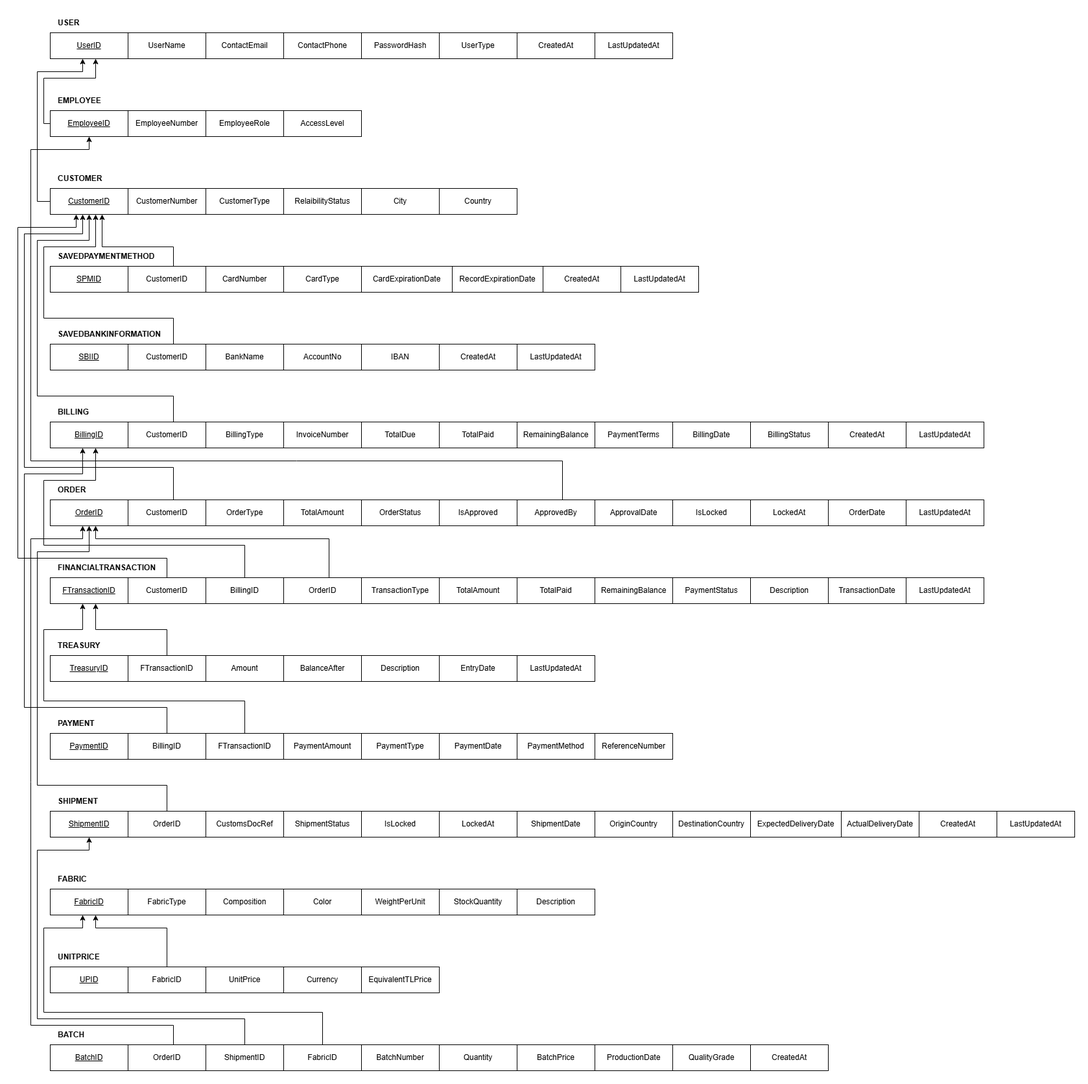
Above: KismetDatabase_Relational.png in serkan-erol/CSE3055_Project (draw.io), before the change. Source tidied: cells renumbered, new cells last; positions are measured from the earlier drawing's top-left corner, leaving out a move shared by most shapes.
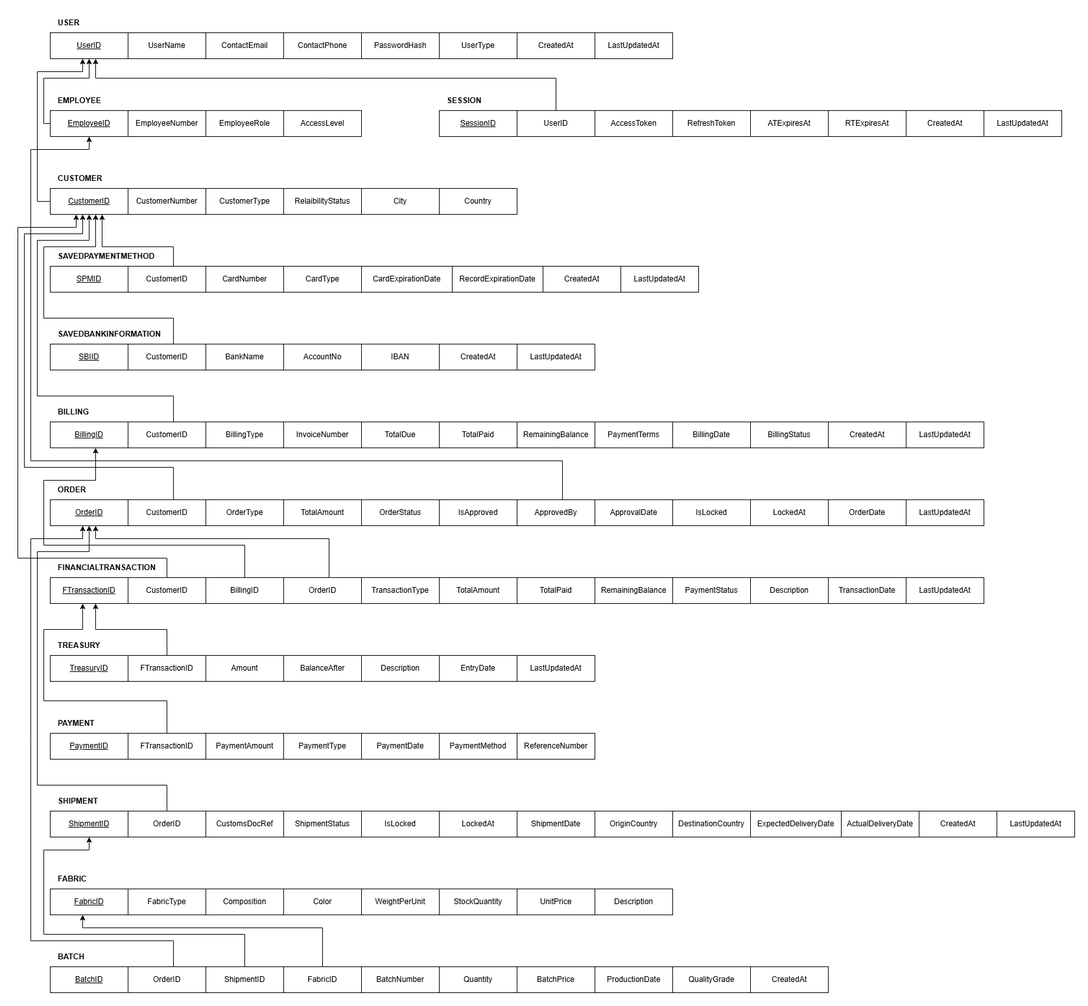
The same diagram one commit later.

Commit message:
Update: EER and Relational Diagrams

Change to the diagram source:
```diff
@@ -177,7 +177,7 @@
     <mxCell id="47" style="edgeStyle=orthogonalEdgeStyle;rounded=0;jettySize=auto;html=1;" parent="1" edge="1" source="48" target="33">
       <mxGeometry relative="1" as="geometry">
         <Array as="points">
-          <mxPoint x="350" y="1060" />
+          <mxPoint x="230" y="1060" />
           <mxPoint x="40" y="1060" />
           <mxPoint x="40" y="950" />
           <mxPoint x="100" y="950" />
@@ -185,25 +185,25 @@
       </mxGeometry>
     </mxCell>
     <mxCell id="48" value="FTransactionID" style="rounded=0;whiteSpace=wrap;html=1;fillColor=none;labelBackgroundColor=none;" parent="1" vertex="1">
-      <mxGeometry x="290" y="1110" width="120" height="40" as="geometry" />
+      <mxGeometry x="170" y="1110" width="120" height="40" as="geometry" />
     </mxCell>
     <mxCell id="49" value="PaymentAmount" style="rounded=0;whiteSpace=wrap;html=1;fillColor=none;labelBackgroundColor=none;" parent="1" vertex="1">
-      <mxGeometry x="410" y="1110" width="120" height="40" as="geometry" />
+      <mxGeometry x="290" y="1110" width="120" height="40" as="geometry" />
     </mxCell>
     <mxCell id="50" value="PaymentType" style="rounded=0;whiteSpace=wrap;html=1;fillColor=none;labelBackgroundColor=none;" parent="1" vertex="1">
-      <mxGeometry x="530" y="1110" width="120" height="40" as="geometry" />
+      <mxGeometry x="410" y="1110" width="120" height="40" as="geometry" />
     </mxCell>
     <mxCell id="51" value="PaymentMethod" style="rounded=0;whiteSpace=wrap;html=1;fillColor=none;labelBackgroundColor=none;" parent="1" vertex="1">
-      <mxGeometry x="770" y="1110" width="120" height="40" as="geometry" />
+      <mxGeometry x="650" y="1110" width="120" height="40" as="geometry" />
     </mxCell>
     <mxCell id="52" value="PAYMENT" style="text;html=1;whiteSpace=wrap;strokeColor=none;fillColor=none;align=left;verticalAlign=middle;rounded=0;labelBackgroundColor=none;fontStyle=1;" parent="1" vertex="1">
       <mxGeometry x="60" y="1080" width="60" height="30" as="geometry" />
     </mxCell>
     <mxCell id="53" value="ReferenceNumber" style="rounded=0;whiteSpace=wrap;html=1;fillColor=none;labelBackgroundColor=none;" parent="1" vertex="1">
-      <mxGeometry x="890" y="1110" width="120" height="40" as="geometry" />
+      <mxGeometry x="770" y="1110" width="120" height="40" as="geometry" />
     </mxCell>
     <mxCell id="54" value="PaymentDate" style="rounded=0;whiteSpace=wrap;html=1;fillColor=none;labelBackgroundColor=none;" parent="1" vertex="1">
-      <mxGeometry x="650" y="1110" width="120" height="40" as="geometry" />
+      <mxGeometry x="530" y="1110" width="120" height="40" as="geometry" />
     </mxCell>
     <mxCell id="55" value="&lt;u&gt;TreasuryID&lt;/u&gt;" style="rounded=0;whiteSpace=wrap;html=1;fillColor=none;labelBackgroundColor=none;" parent="1" vertex="1">
       <mxGeometry x="50" y="990" width="120" height="40" as="geometry" />
@@ -281,35 +281,35 @@
       <mxGeometry x="1510" y="1230" width="120" height="40" as="geometry" />
     </mxCell>
     <mxCell id="76" value="&lt;u&gt;BatchID&lt;/u&gt;" style="rounded=0;whiteSpace=wrap;html=1;fillColor=none;labelBackgroundColor=none;" parent="1" vertex="1">
-      <mxGeometry x="50" y="1590" width="120" height="40" as="geometry" />
+      <mxGeometry x="50" y="1470" width="120" height="40" as="geometry" />
     </mxCell>
     <mxCell id="77" style="edgeStyle=orthogonalEdgeStyle;jettySize=auto;html=1;rounded=0;curved=0;" parent="1" edge="1" source="78" target="63">
       <mxGeometry relative="1" as="geometry">
         <Array as="points">
-          <mxPoint x="350" y="1550" />
-          <mxPoint x="30" y="1550" />
-          <mxPoint x="30" y="1290" />
+          <mxPoint x="350" y="1420" />
+          <mxPoint x="40" y="1420" />
+          <mxPoint x="40" y="1290" />
           <mxPoint x="110" y="1290" />
         </Array>
       </mxGeometry>
     </mxCell>
     <mxCell id="78" value="ShipmentID" style="rounded=0;whiteSpace=wrap;html=1;fillColor=none;labelBackgroundColor=none;" parent="1" vertex="1">
-      <mxGeometry x="290" y="1590" width="120" height="40" as="geometry" />
+      <mxGeometry x="290" y="1470" width="120" height="40" as="geometry" />
     </mxCell>
     <mxCell id="79" value="BatchNumber" style="rounded=0;whiteSpace=wrap;html=1;fillColor=none;labelBackgroundColor=none;" parent="1" vertex="1">
-      <mxGeometry x="530" y="1590" width="120" height="40" as="geometry" />
+      <mxGeometry x="530" y="1470" width="120" height="40" as="geometry" />
     </mxCell>
     <mxCell id="80" value="Quantity" style="rounded=0;whiteSpace=wrap;html=1;fillColor=none;labelBackgroundColor=none;" parent="1" vertex="1">
-      <mxGeometry x="650" y="1590" width="120" height="40" as="geometry" />
+      <mxGeometry x="650" y="1470" width="120" height="40" as="geometry" />
     </mxCell>
     <mxCell id="81" value="QualityGrade" style="rounded=0;whiteSpace=wrap;html=1;fillColor=none;labelBackgroundColor=none;" parent="1" vertex="1">
-      <mxGeometry x="1010" y="1590" width="120" height="40" as="geometry" />
+      <mxGeometry x="1010" y="1470" width="120" height="40" as="geometry" />
     </mxCell>
     <mxCell id="82" value="BATCH" style="text;html=1;whiteSpace=wrap;strokeColor=none;fillColor=none;align=left;verticalAlign=middle;rounded=0;labelBackgroundColor=none;fontStyle=1;" parent="1" vertex="1">
-      <mxGeometry x="60" y="1560" width="60" height="30" as="geometry" />
+      <mxGeometry x="60" y="1440" width="60" height="30" as="geometry" />
     </mxCell>
     <mxCell id="83" value="ProductionDate" style="rounded=0;whiteSpace=wrap;html=1;fillColor=none;labelBackgroundColor=none;" parent="1" vertex="1">
-      <mxGeometry x="890" y="1590" width="120" height="40" as="geometry" />
+      <mxGeometry x="890" y="1470" width="120" height="40" as="geometry" />
     </mxCell>
     <mxCell id="84" value="&lt;u&gt;FabricID&lt;/u&gt;" style="rounded=0;whiteSpace=wrap;html=1;fillColor=none;labelBackgroundColor=none;" parent="1" vertex="1">
       <mxGeometry x="50" y="1350" width="120" height="40" as="geometry" />
@@ -341,15 +341,13 @@
     <mxCell id="93" style="edgeStyle=orthogonalEdgeStyle;jettySize=auto;html=1;rounded=0;curved=0;" parent="1" edge="1" source="94" target="84">
       <mxGeometry relative="1" as="geometry">
         <Array as="points">
-          <mxPoint x="470" y="1540" />
-          <mxPoint x="40" y="1540" />
-          <mxPoint x="40" y="1410" />
+          <mxPoint x="470" y="1410" />
           <mxPoint x="100" y="1410" />
         </Array>
       </mxGeometry>
     </mxCell>
     <mxCell id="94" value="FabricID" style="rounded=0;whiteSpace=wrap;html=1;fillColor=none;labelBackgroundColor=none;" parent="1" vertex="1">
-      <mxGeometry x="410" y="1590" width="120" height="40" as="geometry" />
+      <mxGeometry x="410" y="1470" width="120" height="40" as="geometry" />
     </mxCell>
     <mxCell id="95" value="IsLocked" style="rounded=0;whiteSpace=wrap;html=1;fillColor=none;labelBackgroundColor=none;" parent="1" vertex="1">
       <mxGeometry x="1010" y="750" width="120" height="40" as="geometry" />
@@ -357,15 +355,15 @@
     <mxCell id="96" style="edgeStyle=orthogonalEdgeStyle;rounded=0;jettySize=auto;html=1;" parent="1" edge="1" source="97" target="12">
       <mxGeometry relative="1" as="geometry">
         <Array as="points">
-          <mxPoint x="240" y="1560" />
-          <mxPoint x="20" y="1560" />
+          <mxPoint x="240" y="1430" />
+          <mxPoint x="20" y="1430" />
           <mxPoint x="20" y="810" />
           <mxPoint x="100" y="810" />
         </Array>
       </mxGeometry>
     </mxCell>
     <mxCell id="97" value="OrderID" style="rounded=0;whiteSpace=wrap;html=1;fillColor=none;" parent="1" vertex="1">
-      <mxGeometry x="170" y="1590" width="120" height="40" as="geometry" />
+      <mxGeometry x="170" y="1470" width="120" height="40" as="geometry" />
     </mxCell>
     <mxCell id="98" value="TotalPaid" style="rounded=0;whiteSpace=wrap;html=1;fillColor=none;labelBackgroundColor=none;" parent="1" vertex="1">
       <mxGeometry x="650" y="630" width="120" height="40" as="geometry" />
@@ -387,34 +385,8 @@
       <mxGeometry x="290" y="870" width="120" height="40" as="geometry" />
     </mxCell>
     <mxCell id="102" value="BatchPrice" style="rounded=0;whiteSpace=wrap;html=1;fillColor=none;labelBackgroundColor=none;" parent="1" vertex="1">
-      <mxGeometry x="770" y="1590" width="120" height="40" as="geometry" />
+      <mxGeometry x="770" y="1470" width="120" height="40" as="geometry" />
     </mxCell>
-    <mxCell id="103" value="UPID" style="rounded=0;whiteSpace=wrap;html=1;fillColor=none;labelBackgroundColor=none;fontStyle=4;" parent="1" vertex="1">
-      <mxGeometry x="50" y="1470" width="120" height="40" as="geometry" />
-    </mxCell>
-    <mxCell id="104" style="edgeStyle=orthogonalEdgeStyle;rounded=0;jettySize=auto;html=1;" parent="1" edge="1" source="105" target="84">
-      <mxGeometry relative="1" as="geometry">
-        <Array as="points">
-          <mxPoint x="230" y="1410" />
-          <mxPoint x="120" y="1410" />
-        </Array>
-      </mxGeometry>
-    </mxCell>
-    <mxCell id="105" value="FabricID" style="rounded=0;whiteSpace=wrap;html=1;fillColor=none;labelBackgroundColor=none;" parent="1" vertex="1">
-      <mxGeometry x="170" y="1470" width="120" height="40" as="geometry" />
-    </mxCell>
-    <mxCell id="106" value="UNITPRICE" style="text;html=1;whiteSpace=wrap;strokeColor=none;fillColor=none;align=left;verticalAlign=middle;rounded=0;labelBackgroundColor=none;fontStyle=1;" parent="1" vertex="1">
-      <mxGeometry x="60" y="1440" width="60" height="30" as="geometry" />
-    </mxCell>
-    <mxCell id="107" value="Currency" style="rounded=0;whiteSpace=wrap;html=1;fillColor=none;labelBackgroundColor=none;" parent="1" vertex="1">
-      <mxGeometry x="410" y="1470" width="120" height="40" as="geometry" />
-    </mxCell>
-    <mxCell id="108" value="UnitPrice" style="rounded=0;whiteSpace=wrap;html=1;fillColor=none;labelBackgroundColor=none;" parent="1" vertex="1">
-      <mxGeometry x="290" y="1470" width="120" height="40" as="geometry" />
-    </mxCell>
-    <mxCell id="109" value="EquivalentTLPrice" style="rounded=0;whiteSpace=wrap;html=1;fillColor=none;labelBackgroundColor=none;" parent="1" vertex="1">
-      <mxGeometry x="530" y="1470" width="120" height="40" as="geometry" />
-    </mxCell>
     <mxCell id="110" value="CardType" style="rounded=0;whiteSpace=wrap;html=1;fillColor=none;labelBackgroundColor=none;" parent="1" vertex="1">
       <mxGeometry x="410" y="390" width="120" height="40" as="geometry" />
     </mxCell>
@@ -425,21 +397,8 @@
       <mxGeometry x="1130" y="750" width="120" height="40" as="geometry" />
     </mxCell>
     <mxCell id="113" value="CreatedAt" style="rounded=0;whiteSpace=wrap;html=1;fillColor=none;labelBackgroundColor=none;" parent="1" vertex="1">
-      <mxGeometry x="1130" y="1590" width="120" height="40" as="geometry" />
+      <mxGeometry x="1130" y="1470" width="120" height="40" as="geometry" />
     </mxCell>
-    <mxCell id="114" style="edgeStyle=orthogonalEdgeStyle;rounded=0;jettySize=auto;html=1;" parent="1" edge="1" source="115" target="22">
-      <mxGeometry relative="1" as="geometry">
-        <Array as="points">
-          <mxPoint x="230" y="1070" />
-          <mxPoint x="10" y="1070" />
-          <mxPoint x="10" y="710" />
-          <mxPoint x="100" y="710" />
-        </Array>
-      </mxGeometry>
-    </mxCell>
-    <mxCell id="115" value="BillingID" style="rounded=0;whiteSpace=wrap;html=1;fillColor=none;labelBackgroundColor=none;" parent="1" vertex="1">
-      <mxGeometry x="170" y="1110" width="120" height="40" as="geometry" />
-    </mxCell>
     <mxCell id="116" value="SAVEDBANKINFORMATION" style="text;html=1;whiteSpace=wrap;strokeColor=none;fillColor=none;align=left;verticalAlign=middle;rounded=0;labelBackgroundColor=none;fontStyle=1;" parent="1" vertex="1">
       <mxGeometry x="60" y="480" width="60" height="30" as="geometry" />
     </mxCell>
@@ -534,7 +493,7 @@
         <Array as="points">
           <mxPoint x="40" y="170" />
           <mxPoint x="40" y="100" />
-          <mxPoint x="120" y="100" />
+          <mxPoint x="110" y="100" />
         </Array>
       </mxGeometry>
     </mxCell>
@@ -559,7 +518,7 @@
     <mxCell id="148" value="RemainingBa&lt;span style=&quot;background-color: transparent; color: light-dark(rgb(0, 0, 0), rgb(255, 255, 255));&quot;&gt;lance&lt;/span&gt;" style="rounded=0;whiteSpace=wrap;html=1;fillColor=none;labelBackgroundColor=none;" parent="1" vertex="1">
       <mxGeometry x="890" y="870" width="120" height="40" as="geometry" />
     </mxCell>
-    <mxCell id="149" value="Description" style="rounded=0;whiteSpace=wrap;html=1;fillColor=none;labelBackgroundColor=none;" parent="1" vertex="1">
+    <mxCell id="149" value="UnitPrice" style="rounded=0;whiteSpace=wrap;html=1;fillColor=none;labelBackgroundColor=none;" parent="1" vertex="1">
       <mxGeometry x="770" y="1350" width="120" height="40" as="geometry" />
     </mxCell>
     <mxCell id="150" value="City" style="rounded=0;whiteSpace=wrap;html=1;fillColor=none;labelBackgroundColor=none;" parent="1" vertex="1">
@@ -571,5 +530,43 @@
     <mxCell id="152" value="BillingType" style="rounded=0;whiteSpace=wrap;html=1;fillColor=none;labelBackgroundColor=none;" parent="1" vertex="1">
       <mxGeometry x="290" y="630" width="120" height="40" as="geometry" />
     </mxCell>
+    <mxCell id="153" value="&lt;u&gt;SessionID&lt;/u&gt;" style="rounded=0;whiteSpace=wrap;html=1;fillColor=none;labelBackgroundColor=none;" parent="1" vertex="1">
+      <mxGeometry x="650" y="150" width="120" height="40" as="geometry" />
+    </mxCell>
+    <mxCell id="154" value="AccessToken" style="rounded=0;whiteSpace=wrap;html=1;fillColor=none;labelBackgroundColor=none;" parent="1" vertex="1">
+      <mxGeometry x="890" y="150" width="120" height="40" as="geometry" />
+    </mxCell>
+    <mxCell id="155" value="SESSION" style="text;html=1;whiteSpace=wrap;strokeColor=none;fillColor=none;align=left;verticalAlign=middle;rounded=0;labelBackgroundColor=none;fontStyle=1;" parent="1" vertex="1">
+      <mxGeometry x="660" y="120" width="60" height="30" as="geometry" />
+    </mxCell>
+    <mxCell id="156" value="RefreshToken" style="rounded=0;whiteSpace=wrap;html=1;fillColor=none;labelBackgroundColor=none;" parent="1" vertex="1">
+      <mxGeometry x="1010" y="150" width="120" height="40" as="geometry" />
+    </mxCell>
+    <mxCell id="157" style="edgeStyle=orthogonalEdgeStyle;rounded=0;jettySize=auto;html=1;" parent="1" edge="1" source="158" target="132">
+      <mxGeometry relative="1" as="geometry">
+        <Array as="points">
+          <mxPoint x="830" y="100" />
+          <mxPoint x="120" y="100" />
+        </Array>
+      </mxGeometry>
+    </mxCell>
+    <mxCell id="158" value="UserID" style="rounded=0;whiteSpace=wrap;html=1;fillColor=none;labelBackgroundColor=none;" parent="1" vertex="1">
+      <mxGeometry x="770" y="150" width="120" height="40" as="geometry" />
+    </mxCell>
+    <mxCell id="159" value="RTExpiresAt" style="rounded=0;whiteSpace=wrap;html=1;fillColor=none;labelBackgroundColor=none;" parent="1" vertex="1">
+      <mxGeometry x="1250" y="150" width="120" height="40" as="geometry" />
+    </mxCell>
+    <mxCell id="160" value="ATExpiresAt" style="rounded=0;whiteSpace=wrap;html=1;fillColor=none;labelBackgroundColor=none;" parent="1" vertex="1">
+      <mxGeometry x="1130" y="150" width="120" height="40" as="geometry" />
+    </mxCell>
+    <mxCell id="161" value="CreatedAt" style="rounded=0;whiteSpace=wrap;html=1;fillColor=none;labelBackgroundColor=none;" parent="1" vertex="1">
+      <mxGeometry x="1370" y="150" width="120" height="40" as="geometry" />
+    </mxCell>
+    <mxCell id="162" value="LastUpdatedAt" style="rounded=0;whiteSpace=wrap;html=1;fillColor=none;labelBackgroundColor=none;" parent="1" vertex="1">
+      <mxGeometry x="1490" y="150" width="120" height="40" as="geometry" />
+    </mxCell>
+    <mxCell id="163" value="Description" style="rounded=0;whiteSpace=wrap;html=1;fillColor=none;labelBackgroundColor=none;" parent="1" vertex="1">
+      <mxGeometry x="890" y="1350" width="120" height="40" as="geometry" />
+    </mxCell>
   </root>
 </mxGraphModel>
```
